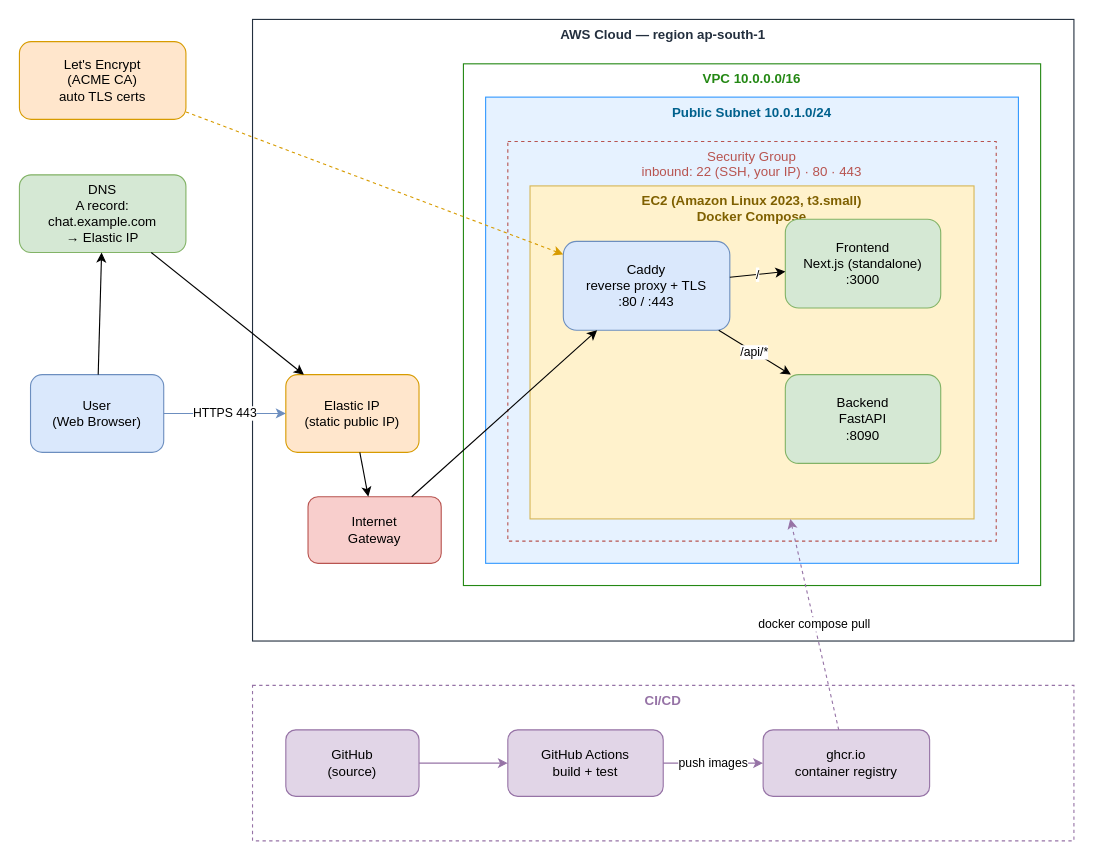
Above: docs/architecture.drawio in malikfahadsaeed/CaaS (draw.io), before the change. Source tidied: cells renumbered, new cells numbered last; positions are measured from the earlier drawing's top-left corner, leaving out a move shared by most shapes. Both pictures are drawn from the tidied source at 111%, with x=0, y=0 at pixel (19, 19).
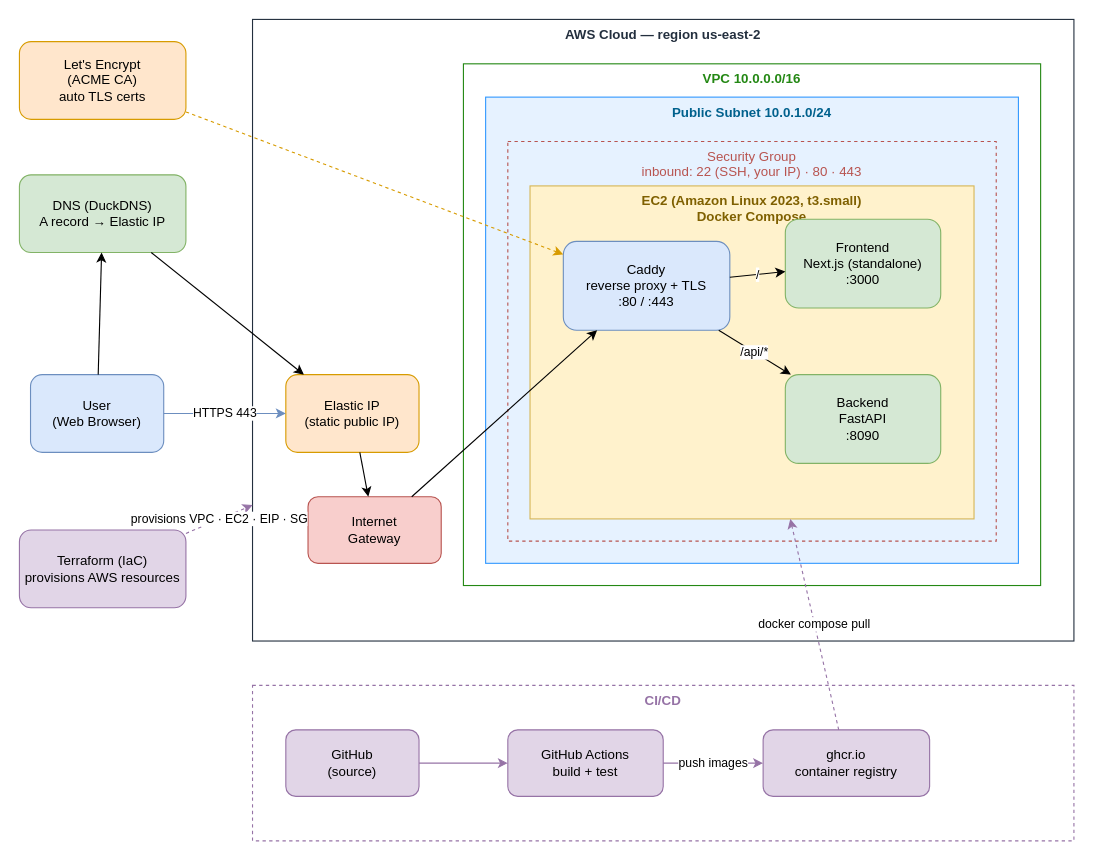
The same diagram, later.

Commit message (it also covers changes not shown here):
docs: add architecture diagram (terraform, duckdns, us-east-2) with svg export

Diff of the diagram source:
```diff
@@
-    <mxCell id="3" value="DNS&#10;A record: chat.example.com&#10;→ Elastic IP" style="rounded=1;whiteSpace=wrap;html=1;fillColor=#d5e8d4;strokeColor=#82b366;" parent="1" vertex="1">
+    <mxCell id="3" value="DNS (DuckDNS)&#10;A record → Elastic IP" style="rounded=1;whiteSpace=wrap;html=1;fillColor=#d5e8d4;strokeColor=#82b366;" parent="1" vertex="1">
       <mxGeometry y="140" width="150" height="70" as="geometry" />
     </mxCell>
@@
+    <mxCell id="30" value="Terraform (IaC)&#10;provisions AWS resources" style="rounded=1;whiteSpace=wrap;html=1;fillColor=#e1d5e7;strokeColor=#9673a6;" parent="1" vertex="1">
+      <mxGeometry y="460" width="150" height="70" as="geometry" />
+    </mxCell>
-    <mxCell id="5" value="AWS Cloud — region ap-south-1" style="rounded=0;whiteSpace=wrap;html=1;verticalAlign=top;fillColor=none;strokeColor=#232F3E;fontColor=#232F3E;fontStyle=1;dashed=0;" parent="1" vertex="1">
+    <mxCell id="5" value="AWS Cloud — region us-east-2" style="rounded=0;whiteSpace=wrap;html=1;verticalAlign=top;fillColor=none;strokeColor=#232F3E;fontColor=#232F3E;fontStyle=1;dashed=0;" parent="1" vertex="1">
       <mxGeometry x="210" width="740" height="560" as="geometry" />
     </mxCell>
@@
+    <mxCell id="31" value="provisions VPC · EC2 · EIP · SG" style="endArrow=classic;html=1;dashed=1;strokeColor=#9673a6;" parent="1" edge="1" source="30" target="5">
+      <mxGeometry relative="1" as="geometry" />
+    </mxCell>
```
